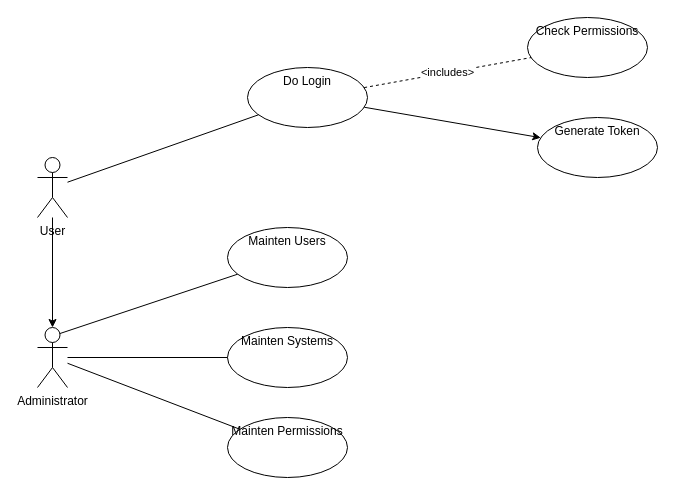
dnanseldev/Beglaubigung keeps this draw.io diagram as assets/usecase.drawio. Above is the earlier version. Source tidied: cells renumbered, new cells numbered last; positions are measured from the earlier drawing's top-left corner, leaving out a move shared by most shapes. Both pictures are drawn from the tidied source at 100%, with x=0, y=0 at pixel (37, 17).
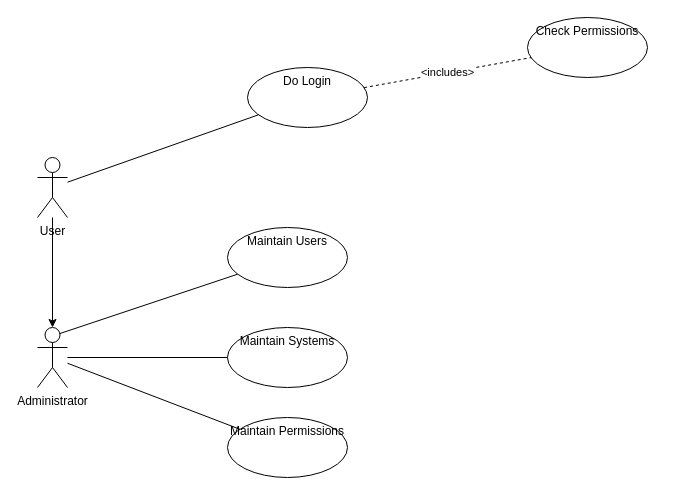
After the change.

Diff of the diagram source:
```diff
@@
 <mxGraphModel>
   <root>
     <mxCell id="0" />
     <mxCell id="1" parent="0" />
     <mxCell id="2" style="edgeStyle=none;html=1;" parent="1" edge="1" source="3" target="7">
       <mxGeometry relative="1" as="geometry" />
     </mxCell>
     <mxCell id="3" value="User" style="shape=umlActor;verticalLabelPosition=bottom;verticalAlign=top;html=1;outlineConnect=0;" parent="1" vertex="1">
       <mxGeometry y="140" width="30" height="60" as="geometry" />
     </mxCell>
-    <mxCell id="4" style="edgeStyle=none;html=1;" parent="1" edge="1" source="5" target="12">
-      <mxGeometry relative="1" as="geometry" />
-    </mxCell>
     <mxCell id="5" value="Do Login" style="ellipse;whiteSpace=wrap;html=1;verticalAlign=top;" parent="1" vertex="1">
       <mxGeometry x="210" y="50" width="120" height="60" as="geometry" />
     </mxCell>
     <mxCell id="6" value="Check Permissions" style="ellipse;whiteSpace=wrap;html=1;verticalAlign=top;" parent="1" vertex="1">
       <mxGeometry x="490" width="120" height="60" as="geometry" />
     </mxCell>
     <mxCell id="7" value="Administrator" style="shape=umlActor;verticalLabelPosition=bottom;verticalAlign=top;html=1;outlineConnect=0;" parent="1" vertex="1">
       <mxGeometry y="310" width="30" height="60" as="geometry" />
     </mxCell>
-    <mxCell id="8" value="Mainten Users" style="ellipse;whiteSpace=wrap;html=1;verticalAlign=top;" parent="1" vertex="1">
+    <mxCell id="8" value="Maintain Users" style="ellipse;whiteSpace=wrap;html=1;verticalAlign=top;" parent="1" vertex="1">
       <mxGeometry x="190" y="210" width="120" height="60" as="geometry" />
     </mxCell>
-    <mxCell id="9" value="Mainten Systems" style="ellipse;whiteSpace=wrap;html=1;verticalAlign=top;" parent="1" vertex="1">
+    <mxCell id="9" value="Maintain Systems" style="ellipse;whiteSpace=wrap;html=1;verticalAlign=top;" parent="1" vertex="1">
       <mxGeometry x="190" y="310" width="120" height="60" as="geometry" />
     </mxCell>
-    <mxCell id="10" value="Mainten Permissions" style="ellipse;whiteSpace=wrap;html=1;verticalAlign=top;" parent="1" vertex="1">
+    <mxCell id="10" value="Maintain Permissions" style="ellipse;whiteSpace=wrap;html=1;verticalAlign=top;" parent="1" vertex="1">
       <mxGeometry x="190" y="400" width="120" height="60" as="geometry" />
     </mxCell>
     <mxCell id="11" value="&amp;lt;includes&amp;gt;" style="endArrow=none;dashed=1;html=1;" parent="1" edge="1" source="5" target="6">
       <mxGeometry relative="1" as="geometry" />
     </mxCell>
-    <mxCell id="12" value="Generate Token" style="ellipse;whiteSpace=wrap;html=1;verticalAlign=top;" parent="1" vertex="1">
-      <mxGeometry x="500" y="100" width="120" height="60" as="geometry" />
-    </mxCell>
     <mxCell id="13" style="endArrow=none;html=1;" parent="1" edge="1" source="3" target="5">
       <mxGeometry relative="1" as="geometry" />
     </mxCell>
     <mxCell id="14" style="endArrow=none;html=1;exitX=0.75;exitY=0.1;exitDx=0;exitDy=0;exitPerimeter=0;" parent="1" edge="1" source="7" target="8">
       <mxGeometry relative="1" as="geometry" />
     </mxCell>
     <mxCell id="15" style="endArrow=none;html=1;" parent="1" edge="1" source="7" target="9">
       <mxGeometry relative="1" as="geometry" />
     </mxCell>
     <mxCell id="16" style="endArrow=none;html=1;" parent="1" edge="1" source="7" target="10">
       <mxGeometry relative="1" as="geometry" />
     </mxCell>
   </root>
 </mxGraphModel>
```
